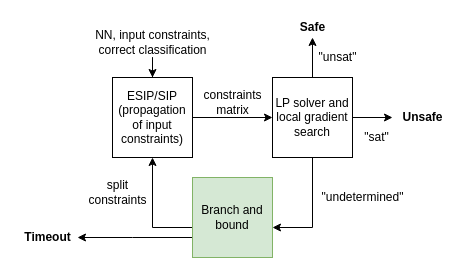
Earlier version of the draw.io diagram Algorithm.drawio (DaveHudiny/DaveHudiny). Source tidied: cells renumbered, new cells numbered last; positions are measured from the earlier drawing's top-left corner, leaving out a move shared by most shapes. Both pictures are drawn from the tidied source at 100%, with x=0, y=0 at pixel (17, 17).
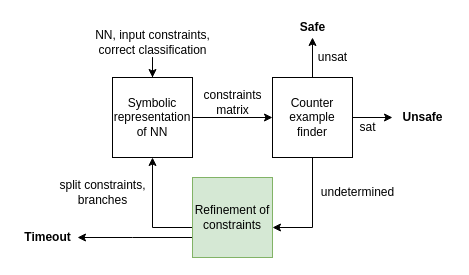
After the change.

What changed in the source:
```diff
@@
-    <mxCell id="3" value="ESIP/SIP&lt;br&gt;(propagation of input constraints)" style="whiteSpace=wrap;html=1;" parent="1" vertex="1">
+    <mxCell id="3" value="Symbolic representation of NN" style="whiteSpace=wrap;html=1;" parent="1" vertex="1">
       <mxGeometry x="95" y="60" width="80" height="80" as="geometry" />
     </mxCell>
@@
-    <mxCell id="7" value="LP solver and local gradient search" style="whiteSpace=wrap;html=1;" parent="1" vertex="1">
+    <mxCell id="7" value="Counter example finder" style="whiteSpace=wrap;html=1;" parent="1" vertex="1">
       <mxGeometry x="255" y="60" width="80" height="80" as="geometry" />
     </mxCell>
@@
-    <mxCell id="9" value="&quot;unsat&quot;" style="text;html=1;align=center;verticalAlign=middle;strokeColor=none;fillColor=none;" parent="1" vertex="1">
-      <mxGeometry x="295" y="30" width="50" height="20" as="geometry" />
+    <mxCell id="9" value="unsat" style="text;html=1;align=center;verticalAlign=middle;strokeColor=none;fillColor=none;" parent="1" vertex="1">
+      <mxGeometry x="295" y="30" width="40" height="20" as="geometry" />
     </mxCell>
@@
-    <mxCell id="12" value="&quot;sat&quot;" style="text;html=1;align=center;verticalAlign=middle;strokeColor=none;fillColor=none;" parent="1" vertex="1">
-      <mxGeometry x="339" y="110" width="40" height="20" as="geometry" />
+    <mxCell id="12" value="sat" style="text;html=1;align=center;verticalAlign=middle;strokeColor=none;fillColor=none;" parent="1" vertex="1">
+      <mxGeometry x="335" y="100" width="30" height="20" as="geometry" />
     </mxCell>
@@
-    <mxCell id="15" value="Branch and bound" style="whiteSpace=wrap;html=1;fillColor=#d5e8d4;strokeColor=#82b366;" parent="1" vertex="1">
+    <mxCell id="15" value="Refinement of constraints" style="whiteSpace=wrap;html=1;fillColor=#d5e8d4;strokeColor=#82b366;" parent="1" vertex="1">
       <mxGeometry x="175" y="160" width="80" height="80" as="geometry" />
     </mxCell>
-    <mxCell id="16" value="&quot;undetermined&quot;" style="text;html=1;align=center;verticalAlign=middle;strokeColor=none;fillColor=none;" parent="1" vertex="1">
-      <mxGeometry x="295" y="170" width="100" height="20" as="geometry" />
+    <mxCell id="16" value="undetermined" style="text;html=1;align=center;verticalAlign=middle;strokeColor=none;fillColor=none;" parent="1" vertex="1">
+      <mxGeometry x="295" y="165" width="90" height="20" as="geometry" />
     </mxCell>
@@
-    <mxCell id="19" value="split&lt;br&gt;constraints" style="text;html=1;align=center;verticalAlign=middle;strokeColor=none;fillColor=none;" parent="1" vertex="1">
-      <mxGeometry x="65" y="160" width="70" height="30" as="geometry" />
+    <mxCell id="19" value="split constraints,&lt;br&gt;branches" style="text;html=1;align=center;verticalAlign=middle;strokeColor=none;fillColor=none;" parent="1" vertex="1">
+      <mxGeometry x="35" y="160" width="100" height="30" as="geometry" />
     </mxCell>
```
